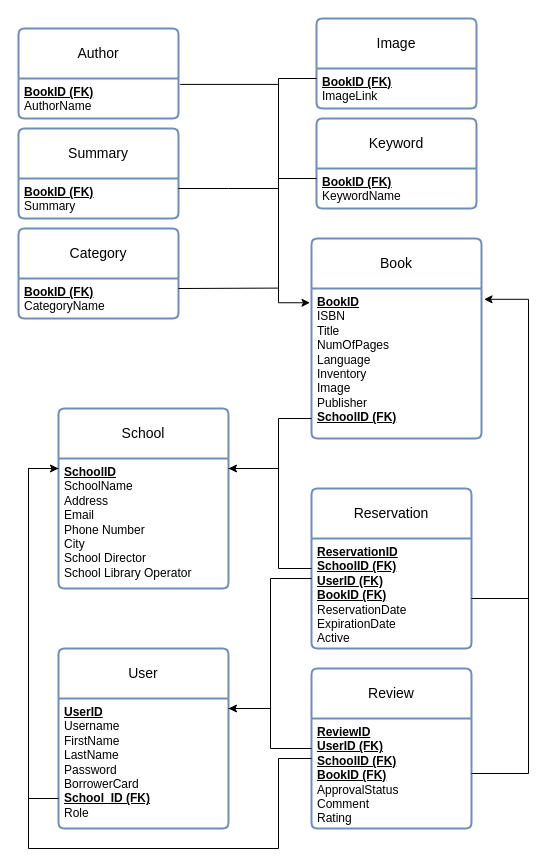
The draw.io diagram diagrams/Prosxedio-relational.drawio in ntua-el19877/Databases, before the edit. Source tidied: cells renumbered, new cells numbered last; positions are measured from the earlier drawing's top-left corner, leaving out a move shared by most shapes. Both pictures are drawn from the tidied source at 100%, with x=0, y=0 at pixel (18, 18).
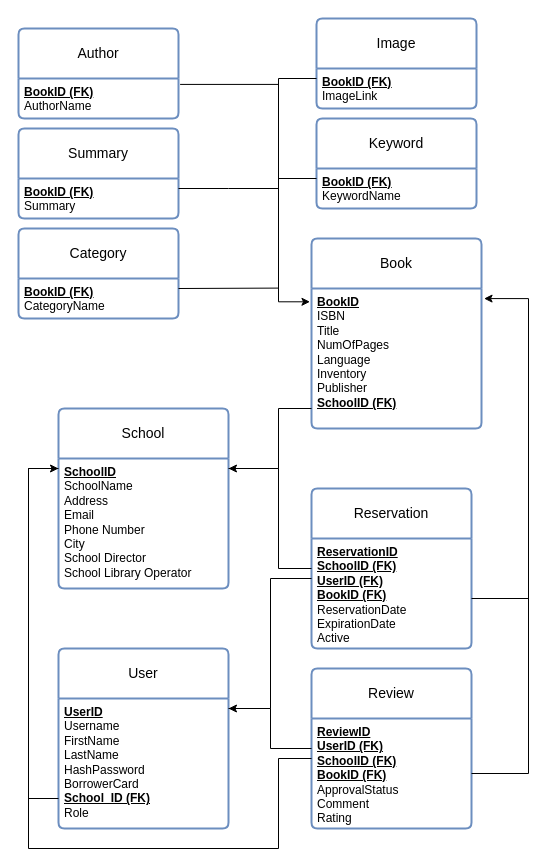
Above is the later version.

The change refers to these unchanged cells:
```xml
<mxCell id="3" value="&lt;u&gt;&lt;b&gt;SchoolID&lt;/b&gt;&lt;br&gt;&lt;/u&gt;SchoolName&lt;br&gt;Address&lt;br&gt;Email&lt;br&gt;Phone Number&lt;br&gt;City&lt;br&gt;School Director&lt;br&gt;School Library Operator" style="align=left;strokeColor=none;fillColor=none;spacingLeft=4;fontSize=12;verticalAlign=top;html=1;" parent="2" vertex="1">
  <mxGeometry y="50" width="170" height="130" as="geometry" />
</mxCell>
<mxCell id="12" value="User" style="swimlane;horizontal=1;startSize=50;rounded=1;fontSize=14;fontStyle=0;strokeWidth=2;shadow=0;dashed=0;align=center;arcSize=4;whiteSpace=wrap;html=1;fillColor=default;strokeColor=#6c8ebf;" parent="1" vertex="1">
  <mxGeometry x="40" y="630" width="170" height="180" as="geometry" />
</mxCell>
```

Diff of the diagram source:
```diff
@@
     <mxCell id="4" value="Book" style="swimlane;horizontal=1;startSize=50;rounded=1;fontSize=14;fontStyle=0;strokeWidth=2;shadow=0;dashed=0;align=center;arcSize=4;whiteSpace=wrap;html=1;fillColor=default;strokeColor=#6c8ebf;" parent="1" vertex="1">
-      <mxGeometry x="293" y="220" width="170" height="200" as="geometry" />
+      <mxGeometry x="293" y="220" width="170" height="190" as="geometry" />
     </mxCell>
-    <mxCell id="5" value="&lt;b&gt;&lt;u&gt;BookID&lt;/u&gt;&lt;br&gt;&lt;/b&gt;ISBN&lt;br&gt;Title&lt;br&gt;NumOfPages&lt;br&gt;Language&lt;br&gt;Inventory&lt;br&gt;Image&lt;br&gt;Publisher&lt;br&gt;&lt;b&gt;&lt;u&gt;SchoolID (FK)&lt;/u&gt;&lt;/b&gt;" style="align=left;strokeColor=none;fillColor=none;spacingLeft=4;fontSize=12;verticalAlign=top;html=1;" parent="4" vertex="1">
-      <mxGeometry y="50" width="170" height="150" as="geometry" />
+    <mxCell id="5" value="&lt;b&gt;&lt;u&gt;BookID&lt;/u&gt;&lt;br&gt;&lt;/b&gt;ISBN&lt;br&gt;Title&lt;br&gt;NumOfPages&lt;br&gt;Language&lt;br&gt;Inventory&lt;br&gt;Publisher&lt;br&gt;&lt;b&gt;&lt;u&gt;SchoolID (FK)&lt;/u&gt;&lt;/b&gt;" style="align=left;strokeColor=none;fillColor=none;spacingLeft=4;fontSize=12;verticalAlign=top;html=1;" parent="4" vertex="1">
+      <mxGeometry y="50" width="170" height="140" as="geometry" />
     </mxCell>
@@
-    <mxCell id="13" value="&lt;u&gt;&lt;b&gt;UserID&lt;/b&gt;&lt;br&gt;&lt;/u&gt;Username&lt;br&gt;FirstName&lt;br&gt;LastName&lt;br&gt;Password&lt;br&gt;BorrowerCard&lt;br&gt;&lt;b&gt;&lt;u&gt;School_ID (FK)&lt;/u&gt;&lt;/b&gt;&lt;br&gt;Role" style="align=left;strokeColor=none;fillColor=none;spacingLeft=4;fontSize=12;verticalAlign=top;html=1;" parent="12" vertex="1">
+    <mxCell id="13" value="&lt;u&gt;&lt;b&gt;UserID&lt;/b&gt;&lt;br&gt;&lt;/u&gt;Username&lt;br&gt;FirstName&lt;br&gt;LastName&lt;br&gt;HashPassword&lt;br&gt;BorrowerCard&lt;br&gt;&lt;b&gt;&lt;u&gt;School_ID (FK)&lt;/u&gt;&lt;/b&gt;&lt;br&gt;Role" style="align=left;strokeColor=none;fillColor=none;spacingLeft=4;fontSize=12;verticalAlign=top;html=1;" parent="12" vertex="1">
       <mxGeometry y="50" width="170" height="130" as="geometry" />
     </mxCell>
@@
     <mxCell id="30" style="edgeStyle=orthogonalEdgeStyle;rounded=0;jettySize=auto;html=1;" parent="1" edge="1" source="5" target="3">
       <mxGeometry relative="1" as="geometry">
         <Array as="points">
-          <mxPoint x="260" y="400" />
+          <mxPoint x="260" y="390" />
           <mxPoint x="260" y="450" />
         </Array>
       </mxGeometry>
     </mxCell>
```
